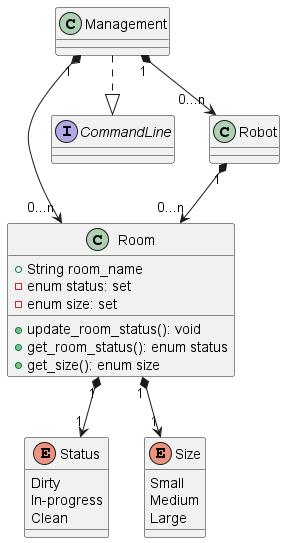
ur-cs-courses/course-project-krykna keeps this PlantUML diagram as docs/design/images/room_class_diagram.png. Above is the earlier version. Its diagram source:
```plantuml
@startuml
class Room {
    + String room_name
    - enum status: set
    - enum size: set
    + update_room_status(): void
    + get_room_status(): enum status
    + get_size(): enum size
}

enum Status {
    Dirty
    In-progress
    Clean
}

enum Size {
    Small
    Medium
    Large
}

interface CommandLine {}

Management "1" *--> "0...n" Room
Management "1" *--> "0...n" Robot
Robot "1" *--> "0...n" Room
Room "1" *--> "1" Status
Room "1" *--> "1" Size
Management ..|> CommandLine
@enduml
```
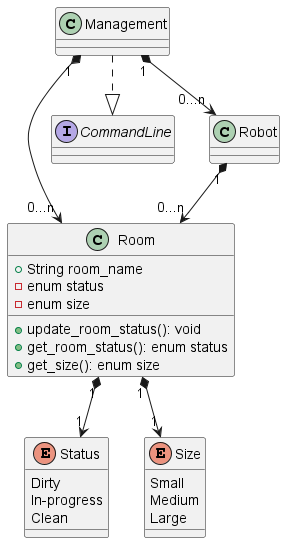
The same diagram one commit later.

Change to the diagram source:
```diff
@@ -1,8 +1,8 @@
 @startuml
 class Room {
     + String room_name
-    - enum status: set
-    - enum size: set
+    - enum status
+    - enum size
     + update_room_status(): void
     + get_room_status(): enum status
     + get_size(): enum size
```
